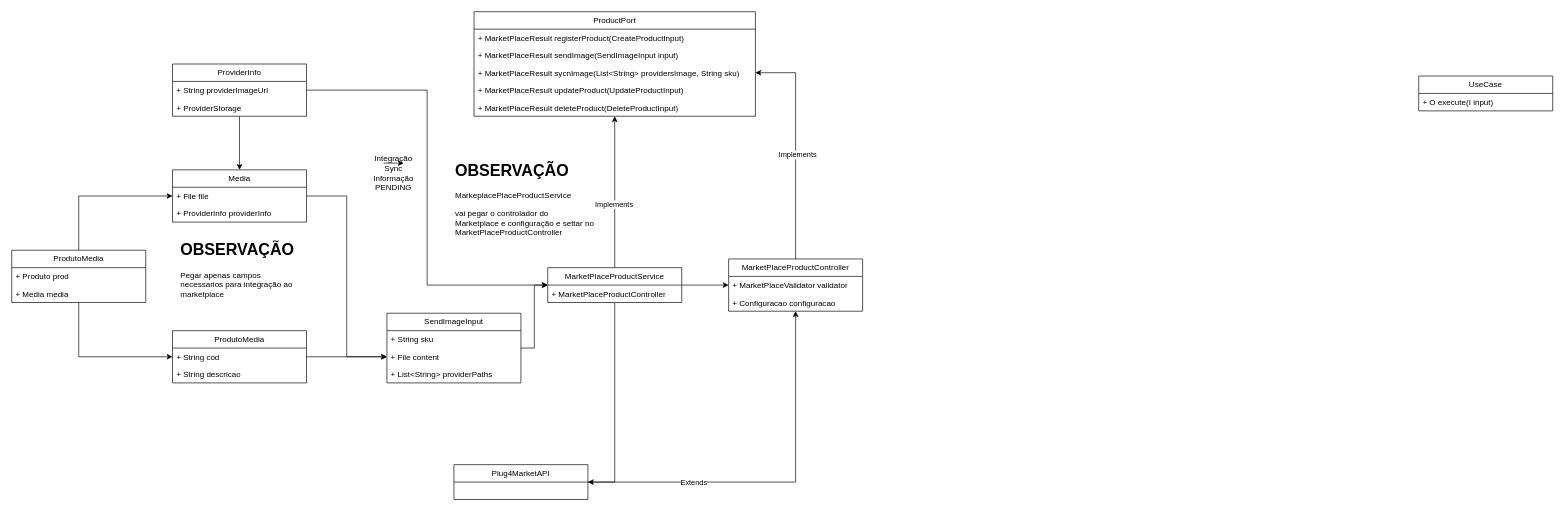
Before: Plug4Market/MarketPlace_Use+Client+Service.drawio in C4nlhmmll/Diagramas, a draw.io diagram. Source tidied: cells renumbered, new cells numbered last; positions are measured from the earlier drawing's top-left corner, leaving out a move shared by most shapes. Both pictures are drawn from the tidied source at 67%, with x=0, y=0 at pixel (11, 11).
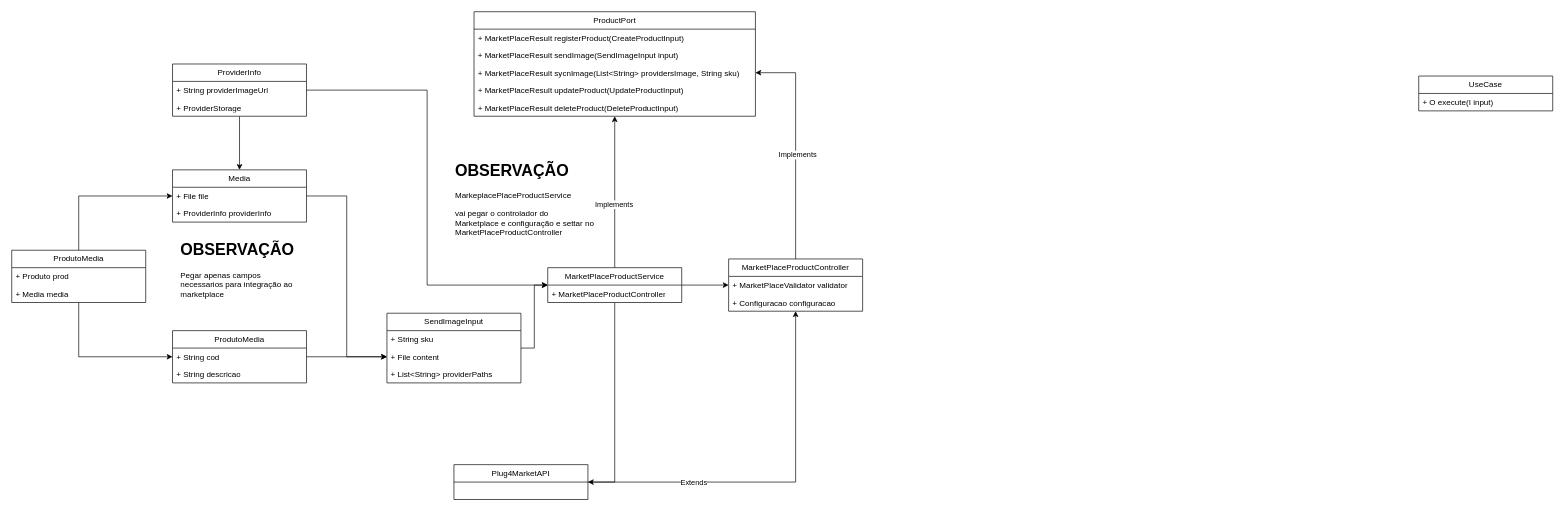
The same page after the edit.

What changed in the source:
```diff
@@
-    <mxCell id="49" value="Integração Sync Informação PENDING" style="text;html=1;whiteSpace=wrap;strokeColor=none;fillColor=none;align=center;verticalAlign=middle;rounded=0;" parent="1" vertex="1">
-      <mxGeometry x="540" y="226" width="60" height="30" as="geometry" />
-    </mxCell>
-    <mxCell id="50" style="edgeStyle=orthogonalEdgeStyle;rounded=0;orthogonalLoop=1;jettySize=auto;html=1;exitX=0.25;exitY=0;exitDx=0;exitDy=0;entryX=0.75;entryY=0;entryDx=0;entryDy=0;" parent="1" edge="1" source="49" target="49">
-      <mxGeometry relative="1" as="geometry" />
-    </mxCell>
```
